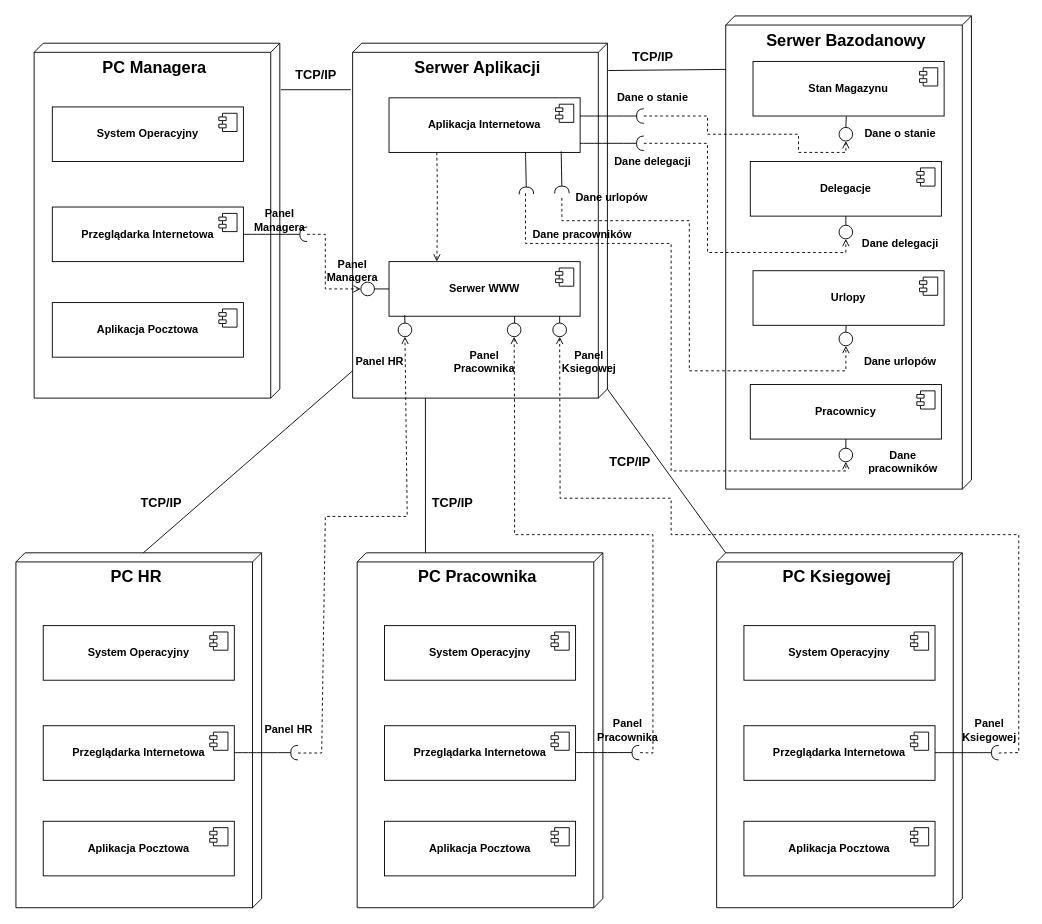
Before: diagramy/Diagram-ogolny-wdrozenia.drawio in oswitek/project-diagrams, a draw.io diagram. Source tidied: cells renumbered, new cells numbered last; positions are measured from the earlier drawing's top-left corner, leaving out a move shared by most shapes. Both pictures are drawn from the tidied source at 91%, with x=0, y=0 at pixel (15, 15).
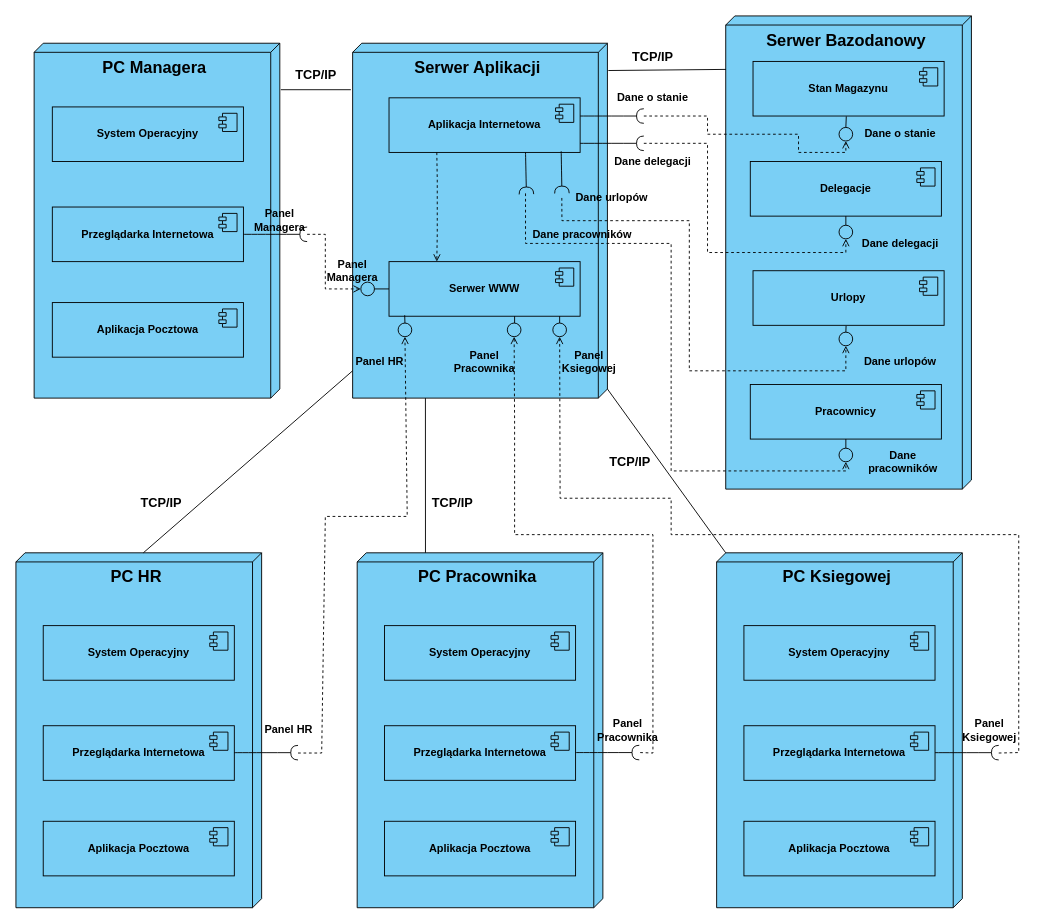
The same diagram, later.

Commit message:
Update-diagram-ogolny-wdrozenia

The edit, as a diff of the source:
```diff
@@
-    <mxCell id="2" value="&lt;b&gt;&lt;font style=&quot;font-size: 18px;&quot;&gt;PC Managera&lt;/font&gt;&lt;/b&gt;" style="verticalAlign=top;align=center;shape=cube;size=10;direction=south;fontStyle=0;html=1;boundedLbl=1;spacingLeft=5;whiteSpace=wrap;" parent="1" vertex="1">
+    <mxCell id="2" value="&lt;b&gt;&lt;font style=&quot;font-size: 18px;&quot;&gt;PC Managera&lt;/font&gt;&lt;/b&gt;" style="verticalAlign=top;align=center;shape=cube;size=10;direction=south;fontStyle=0;html=1;boundedLbl=1;spacingLeft=5;whiteSpace=wrap;fillColor=light-dark(#7ACFF5,var(--ge-dark-color, #121212));" parent="1" vertex="1">
       <mxGeometry x="20" y="30" width="270" height="390" as="geometry" />
     </mxCell>
-    <mxCell id="3" value="&lt;b&gt;System Operacyjny&lt;/b&gt;" style="html=1;whiteSpace=wrap;" parent="1" vertex="1">
+    <mxCell id="3" value="&lt;b&gt;System Operacyjny&lt;/b&gt;" style="html=1;whiteSpace=wrap;fillColor=light-dark(#7ACFF5,var(--ge-dark-color, #121212));" parent="1" vertex="1">
       <mxGeometry x="40" y="100" width="210" height="60" as="geometry" />
     </mxCell>
-    <mxCell id="4" style="shape=module;jettyWidth=8;jettyHeight=4;" parent="3" vertex="1">
+    <mxCell id="4" style="shape=module;jettyWidth=8;jettyHeight=4;fillColor=light-dark(#7ACFF5,var(--ge-dark-color, #121212));" parent="3" vertex="1">
       <mxGeometry x="1" width="20" height="20" relative="1" as="geometry">
         <mxPoint x="-27" y="7" as="offset" />
       </mxGeometry>
     </mxCell>
-    <mxCell id="5" value="&lt;b&gt;Aplikacja Pocztowa&lt;/b&gt;" style="html=1;whiteSpace=wrap;" parent="1" vertex="1">
+    <mxCell id="5" value="&lt;b&gt;Aplikacja Pocztowa&lt;/b&gt;" style="html=1;whiteSpace=wrap;fillColor=light-dark(#7ACFF5,var(--ge-dark-color, #121212));" parent="1" vertex="1">
       <mxGeometry x="40" y="315" width="210" height="60" as="geometry" />
     </mxCell>
-    <mxCell id="6" style="shape=module;jettyWidth=8;jettyHeight=4;" parent="5" vertex="1">
+    <mxCell id="6" style="shape=module;jettyWidth=8;jettyHeight=4;fillColor=light-dark(#7ACFF5,var(--ge-dark-color, #121212));" parent="5" vertex="1">
       <mxGeometry x="1" width="20" height="20" relative="1" as="geometry">
         <mxPoint x="-27" y="7" as="offset" />
       </mxGeometry>
     </mxCell>
-    <mxCell id="7" value="&lt;b&gt;Przeglądarka Internetowa&lt;/b&gt;" style="html=1;whiteSpace=wrap;" parent="1" vertex="1">
+    <mxCell id="7" value="&lt;b&gt;Przeglądarka Internetowa&lt;/b&gt;" style="html=1;whiteSpace=wrap;fillColor=light-dark(#7ACFF5,var(--ge-dark-color, #121212));" parent="1" vertex="1">
       <mxGeometry x="40" y="210" width="210" height="60" as="geometry" />
     </mxCell>
-    <mxCell id="8" style="shape=module;jettyWidth=8;jettyHeight=4;" parent="7" vertex="1">
+    <mxCell id="8" style="shape=module;jettyWidth=8;jettyHeight=4;fillColor=light-dark(#7ACFF5,var(--ge-dark-color, #121212));" parent="7" vertex="1">
       <mxGeometry x="1" width="20" height="20" relative="1" as="geometry">
         <mxPoint x="-27" y="7" as="offset" />
       </mxGeometry>
     </mxCell>
-    <mxCell id="9" value="&lt;b&gt;&lt;font style=&quot;font-size: 18px;&quot;&gt;Serwer Aplikacji&lt;/font&gt;&lt;/b&gt;" style="verticalAlign=top;align=center;shape=cube;size=10;direction=south;fontStyle=0;html=1;boundedLbl=1;spacingLeft=5;whiteSpace=wrap;" parent="1" vertex="1">
+    <mxCell id="9" value="&lt;b&gt;&lt;font style=&quot;font-size: 18px;&quot;&gt;Serwer Aplikacji&lt;/font&gt;&lt;/b&gt;" style="verticalAlign=top;align=center;shape=cube;size=10;direction=south;fontStyle=0;html=1;boundedLbl=1;spacingLeft=5;whiteSpace=wrap;fillColor=#7ACFF5;" parent="1" vertex="1">
       <mxGeometry x="370" y="30" width="280" height="390" as="geometry" />
     </mxCell>
@@
-    <mxCell id="12" value="&lt;b&gt;Aplikacja Internetowa&lt;/b&gt;" style="html=1;whiteSpace=wrap;" parent="1" vertex="1">
+    <mxCell id="12" value="&lt;b&gt;Aplikacja Internetowa&lt;/b&gt;" style="html=1;whiteSpace=wrap;fillColor=light-dark(#7ACFF5,var(--ge-dark-color, #121212));" parent="1" vertex="1">
       <mxGeometry x="410" y="90" width="210" height="60" as="geometry" />
     </mxCell>
-    <mxCell id="13" style="shape=module;jettyWidth=8;jettyHeight=4;" parent="12" vertex="1">
+    <mxCell id="13" style="shape=module;jettyWidth=8;jettyHeight=4;fillColor=light-dark(#7ACFF5,var(--ge-dark-color, #121212));" parent="12" vertex="1">
       <mxGeometry x="1" width="20" height="20" relative="1" as="geometry">
         <mxPoint x="-27" y="7" as="offset" />
       </mxGeometry>
     </mxCell>
-    <mxCell id="14" value="&lt;b&gt;Serwer WWW&lt;/b&gt;" style="html=1;whiteSpace=wrap;" parent="1" vertex="1">
+    <mxCell id="14" value="&lt;b&gt;Serwer WWW&lt;/b&gt;" style="html=1;whiteSpace=wrap;fillColor=light-dark(#7ACFF5,var(--ge-dark-color, #121212));" parent="1" vertex="1">
       <mxGeometry x="410" y="270" width="210" height="60" as="geometry" />
     </mxCell>
-    <mxCell id="15" style="shape=module;jettyWidth=8;jettyHeight=4;" parent="14" vertex="1">
+    <mxCell id="15" style="shape=module;jettyWidth=8;jettyHeight=4;fillColor=light-dark(#7ACFF5,var(--ge-dark-color, #121212));" parent="14" vertex="1">
       <mxGeometry x="1" width="20" height="20" relative="1" as="geometry">
         <mxPoint x="-27" y="7" as="offset" />
       </mxGeometry>
     </mxCell>
-    <mxCell id="16" value="&lt;b&gt;&lt;font style=&quot;font-size: 18px;&quot;&gt;Serwer Bazodanowy&lt;/font&gt;&lt;/b&gt;" style="verticalAlign=top;align=center;shape=cube;size=10;direction=south;fontStyle=0;html=1;boundedLbl=1;spacingLeft=5;whiteSpace=wrap;" parent="1" vertex="1">
+    <mxCell id="16" value="&lt;b&gt;&lt;font style=&quot;font-size: 18px;&quot;&gt;Serwer Bazodanowy&lt;/font&gt;&lt;/b&gt;" style="verticalAlign=top;align=center;shape=cube;size=10;direction=south;fontStyle=0;html=1;boundedLbl=1;spacingLeft=5;whiteSpace=wrap;fillColor=light-dark(#7ACFF5,var(--ge-dark-color, #121212));" parent="1" vertex="1">
       <mxGeometry x="780" width="270" height="520" as="geometry" />
     </mxCell>
-    <mxCell id="17" value="&lt;b&gt;Stan Magazynu&lt;/b&gt;" style="html=1;whiteSpace=wrap;" parent="1" vertex="1">
+    <mxCell id="17" value="&lt;b&gt;Stan Magazynu&lt;/b&gt;" style="html=1;whiteSpace=wrap;fillColor=light-dark(#7ACFF5,var(--ge-dark-color, #121212));" parent="1" vertex="1">
       <mxGeometry x="810" y="50" width="210" height="60" as="geometry" />
     </mxCell>
-    <mxCell id="18" style="shape=module;jettyWidth=8;jettyHeight=4;" parent="17" vertex="1">
+    <mxCell id="18" style="shape=module;jettyWidth=8;jettyHeight=4;fillColor=light-dark(#7ACFF5,var(--ge-dark-color, #121212));" parent="17" vertex="1">
       <mxGeometry x="1" width="20" height="20" relative="1" as="geometry">
         <mxPoint x="-27" y="7" as="offset" />
       </mxGeometry>
     </mxCell>
-    <mxCell id="19" value="&lt;b&gt;Delegacje&lt;/b&gt;" style="html=1;whiteSpace=wrap;" parent="1" vertex="1">
+    <mxCell id="19" value="&lt;b&gt;Delegacje&lt;/b&gt;" style="html=1;whiteSpace=wrap;fillColor=light-dark(#7ACFF5,var(--ge-dark-color, #121212));" parent="1" vertex="1">
       <mxGeometry x="807" y="160" width="210" height="60" as="geometry" />
     </mxCell>
-    <mxCell id="20" style="shape=module;jettyWidth=8;jettyHeight=4;" parent="19" vertex="1">
+    <mxCell id="20" style="shape=module;jettyWidth=8;jettyHeight=4;fillColor=light-dark(#7ACFF5,var(--ge-dark-color, #121212));" parent="19" vertex="1">
       <mxGeometry x="1" width="20" height="20" relative="1" as="geometry">
         <mxPoint x="-27" y="7" as="offset" />
       </mxGeometry>
     </mxCell>
-    <mxCell id="21" value="&lt;b&gt;Urlopy&lt;/b&gt;" style="html=1;whiteSpace=wrap;" parent="1" vertex="1">
+    <mxCell id="21" value="&lt;b&gt;Urlopy&lt;/b&gt;" style="html=1;whiteSpace=wrap;fillColor=light-dark(#7ACFF5,var(--ge-dark-color, #121212));" parent="1" vertex="1">
       <mxGeometry x="810" y="280" width="210" height="60" as="geometry" />
     </mxCell>
-    <mxCell id="22" style="shape=module;jettyWidth=8;jettyHeight=4;" parent="21" vertex="1">
+    <mxCell id="22" style="shape=module;jettyWidth=8;jettyHeight=4;fillColor=light-dark(#7ACFF5,var(--ge-dark-color, #121212));" parent="21" vertex="1">
       <mxGeometry x="1" width="20" height="20" relative="1" as="geometry">
         <mxPoint x="-27" y="7" as="offset" />
       </mxGeometry>
     </mxCell>
-    <mxCell id="23" value="&lt;b&gt;Pracownicy&lt;/b&gt;" style="html=1;whiteSpace=wrap;" parent="1" vertex="1">
+    <mxCell id="23" value="&lt;b&gt;Pracownicy&lt;/b&gt;" style="html=1;whiteSpace=wrap;fillColor=light-dark(#7ACFF5,var(--ge-dark-color, #121212));" parent="1" vertex="1">
       <mxGeometry x="807" y="405" width="210" height="60" as="geometry" />
     </mxCell>
-    <mxCell id="24" style="shape=module;jettyWidth=8;jettyHeight=4;" parent="23" vertex="1">
+    <mxCell id="24" style="shape=module;jettyWidth=8;jettyHeight=4;fillColor=light-dark(#7ACFF5,var(--ge-dark-color, #121212));" parent="23" vertex="1">
       <mxGeometry x="1" width="20" height="20" relative="1" as="geometry">
         <mxPoint x="-27" y="7" as="offset" />
       </mxGeometry>
     </mxCell>
@@
-    <mxCell id="28" style="ellipse;" parent="1" vertex="1">
+    <mxCell id="28" style="ellipse;fillColor=light-dark(#7ACFF5,var(--ge-dark-color, #121212));" parent="1" vertex="1">
       <mxGeometry x="379" y="292.5" width="15" height="15" as="geometry" />
     </mxCell>
@@
-    <mxCell id="38" value="&lt;b&gt;&lt;font style=&quot;font-size: 18px;&quot;&gt;PC HR&lt;/font&gt;&lt;/b&gt;" style="verticalAlign=top;align=center;shape=cube;size=10;direction=south;fontStyle=0;html=1;boundedLbl=1;spacingLeft=5;whiteSpace=wrap;" parent="1" vertex="1">
+    <mxCell id="38" value="&lt;b&gt;&lt;font style=&quot;font-size: 18px;&quot;&gt;PC HR&lt;/font&gt;&lt;/b&gt;" style="verticalAlign=top;align=center;shape=cube;size=10;direction=south;fontStyle=0;html=1;boundedLbl=1;spacingLeft=5;whiteSpace=wrap;fillColor=light-dark(#7ACFF5,var(--ge-dark-color, #121212));" parent="1" vertex="1">
       <mxGeometry y="590" width="270" height="390" as="geometry" />
     </mxCell>
-    <mxCell id="39" value="&lt;b&gt;&lt;font style=&quot;font-size: 18px;&quot;&gt;PC Ksiegowej&lt;/font&gt;&lt;/b&gt;" style="verticalAlign=top;align=center;shape=cube;size=10;direction=south;fontStyle=0;html=1;boundedLbl=1;spacingLeft=5;whiteSpace=wrap;" parent="1" vertex="1">
+    <mxCell id="39" value="&lt;b&gt;&lt;font style=&quot;font-size: 18px;&quot;&gt;PC Ksiegowej&lt;/font&gt;&lt;/b&gt;" style="verticalAlign=top;align=center;shape=cube;size=10;direction=south;fontStyle=0;html=1;boundedLbl=1;spacingLeft=5;whiteSpace=wrap;fillColor=light-dark(#7ACFF5,var(--ge-dark-color, #121212));" parent="1" vertex="1">
       <mxGeometry x="770" y="590" width="270" height="390" as="geometry" />
     </mxCell>
-    <mxCell id="40" value="&lt;b&gt;&lt;font style=&quot;font-size: 18px;&quot;&gt;PC Pracownika&lt;/font&gt;&lt;/b&gt;" style="verticalAlign=top;align=center;shape=cube;size=10;direction=south;fontStyle=0;html=1;boundedLbl=1;spacingLeft=5;whiteSpace=wrap;" parent="1" vertex="1">
+    <mxCell id="40" value="&lt;b&gt;&lt;font style=&quot;font-size: 18px;&quot;&gt;PC Pracownika&lt;/font&gt;&lt;/b&gt;" style="verticalAlign=top;align=center;shape=cube;size=10;direction=south;fontStyle=0;html=1;boundedLbl=1;spacingLeft=5;whiteSpace=wrap;fillColor=light-dark(#7ACFF5,var(--ge-dark-color, #121212));" parent="1" vertex="1">
       <mxGeometry x="375" y="590" width="270" height="390" as="geometry" />
     </mxCell>
-    <mxCell id="41" value="&lt;b&gt;System Operacyjny&lt;/b&gt;" style="html=1;whiteSpace=wrap;" parent="1" vertex="1">
+    <mxCell id="41" value="&lt;b&gt;System Operacyjny&lt;/b&gt;" style="html=1;whiteSpace=wrap;fillColor=light-dark(#7ACFF5,var(--ge-dark-color, #121212));" parent="1" vertex="1">
       <mxGeometry x="30" y="670" width="210" height="60" as="geometry" />
     </mxCell>
-    <mxCell id="42" style="shape=module;jettyWidth=8;jettyHeight=4;" parent="41" vertex="1">
+    <mxCell id="42" style="shape=module;jettyWidth=8;jettyHeight=4;fillColor=light-dark(#7ACFF5,var(--ge-dark-color, #121212));" parent="41" vertex="1">
       <mxGeometry x="1" width="20" height="20" relative="1" as="geometry">
         <mxPoint x="-27" y="7" as="offset" />
       </mxGeometry>
     </mxCell>
-    <mxCell id="43" value="&lt;b&gt;Aplikacja Pocztowa&lt;/b&gt;" style="html=1;whiteSpace=wrap;" parent="1" vertex="1">
+    <mxCell id="43" value="&lt;b&gt;Aplikacja Pocztowa&lt;/b&gt;" style="html=1;whiteSpace=wrap;fillColor=light-dark(#7ACFF5,var(--ge-dark-color, #121212));" parent="1" vertex="1">
       <mxGeometry x="30" y="885" width="210" height="60" as="geometry" />
     </mxCell>
-    <mxCell id="44" style="shape=module;jettyWidth=8;jettyHeight=4;" parent="43" vertex="1">
+    <mxCell id="44" style="shape=module;jettyWidth=8;jettyHeight=4;fillColor=light-dark(#7ACFF5,var(--ge-dark-color, #121212));" parent="43" vertex="1">
       <mxGeometry x="1" width="20" height="20" relative="1" as="geometry">
         <mxPoint x="-27" y="7" as="offset" />
       </mxGeometry>
     </mxCell>
-    <mxCell id="45" value="&lt;b&gt;Przeglądarka Internetowa&lt;/b&gt;" style="html=1;whiteSpace=wrap;" parent="1" vertex="1">
+    <mxCell id="45" value="&lt;b&gt;Przeglądarka Internetowa&lt;/b&gt;" style="html=1;whiteSpace=wrap;fillColor=light-dark(#7ACFF5,var(--ge-dark-color, #121212));" parent="1" vertex="1">
       <mxGeometry x="30" y="780" width="210" height="60" as="geometry" />
     </mxCell>
-    <mxCell id="46" style="shape=module;jettyWidth=8;jettyHeight=4;" parent="45" vertex="1">
+    <mxCell id="46" style="shape=module;jettyWidth=8;jettyHeight=4;fillColor=light-dark(#7ACFF5,var(--ge-dark-color, #121212));" parent="45" vertex="1">
       <mxGeometry x="1" width="20" height="20" relative="1" as="geometry">
         <mxPoint x="-27" y="7" as="offset" />
       </mxGeometry>
     </mxCell>
-    <mxCell id="47" value="&lt;b&gt;System Operacyjny&lt;/b&gt;" style="html=1;whiteSpace=wrap;" parent="1" vertex="1">
+    <mxCell id="47" value="&lt;b&gt;System Operacyjny&lt;/b&gt;" style="html=1;whiteSpace=wrap;fillColor=light-dark(#7ACFF5,var(--ge-dark-color, #121212));" parent="1" vertex="1">
       <mxGeometry x="405" y="670" width="210" height="60" as="geometry" />
     </mxCell>
-    <mxCell id="48" style="shape=module;jettyWidth=8;jettyHeight=4;" parent="47" vertex="1">
+    <mxCell id="48" style="shape=module;jettyWidth=8;jettyHeight=4;fillColor=light-dark(#7ACFF5,var(--ge-dark-color, #121212));" parent="47" vertex="1">
       <mxGeometry x="1" width="20" height="20" relative="1" as="geometry">
         <mxPoint x="-27" y="7" as="offset" />
       </mxGeometry>
     </mxCell>
-    <mxCell id="49" value="&lt;b&gt;Aplikacja Pocztowa&lt;/b&gt;" style="html=1;whiteSpace=wrap;" parent="1" vertex="1">
+    <mxCell id="49" value="&lt;b&gt;Aplikacja Pocztowa&lt;/b&gt;" style="html=1;whiteSpace=wrap;fillColor=light-dark(#7ACFF5,var(--ge-dark-color, #121212));" parent="1" vertex="1">
       <mxGeometry x="405" y="885" width="210" height="60" as="geometry" />
     </mxCell>
-    <mxCell id="50" style="shape=module;jettyWidth=8;jettyHeight=4;" parent="49" vertex="1">
+    <mxCell id="50" style="shape=module;jettyWidth=8;jettyHeight=4;fillColor=light-dark(#7ACFF5,var(--ge-dark-color, #121212));" parent="49" vertex="1">
       <mxGeometry x="1" width="20" height="20" relative="1" as="geometry">
         <mxPoint x="-27" y="7" as="offset" />
       </mxGeometry>
     </mxCell>
-    <mxCell id="51" value="&lt;b&gt;Przeglądarka Internetowa&lt;/b&gt;" style="html=1;whiteSpace=wrap;" parent="1" vertex="1">
+    <mxCell id="51" value="&lt;b&gt;Przeglądarka Internetowa&lt;/b&gt;" style="html=1;whiteSpace=wrap;fillColor=light-dark(#7ACFF5,var(--ge-dark-color, #121212));" parent="1" vertex="1">
       <mxGeometry x="405" y="780" width="210" height="60" as="geometry" />
     </mxCell>
-    <mxCell id="52" style="shape=module;jettyWidth=8;jettyHeight=4;" parent="51" vertex="1">
+    <mxCell id="52" style="shape=module;jettyWidth=8;jettyHeight=4;fillColor=light-dark(#7ACFF5,var(--ge-dark-color, #121212));" parent="51" vertex="1">
       <mxGeometry x="1" width="20" height="20" relative="1" as="geometry">
         <mxPoint x="-27" y="7" as="offset" />
       </mxGeometry>
     </mxCell>
-    <mxCell id="53" value="&lt;b&gt;System Operacyjny&lt;/b&gt;" style="html=1;whiteSpace=wrap;" parent="1" vertex="1">
+    <mxCell id="53" value="&lt;b&gt;System Operacyjny&lt;/b&gt;" style="html=1;whiteSpace=wrap;fillColor=light-dark(#7ACFF5,var(--ge-dark-color, #121212));" parent="1" vertex="1">
       <mxGeometry x="800" y="670" width="210" height="60" as="geometry" />
     </mxCell>
-    <mxCell id="54" style="shape=module;jettyWidth=8;jettyHeight=4;" parent="53" vertex="1">
+    <mxCell id="54" style="shape=module;jettyWidth=8;jettyHeight=4;fillColor=light-dark(#7ACFF5,var(--ge-dark-color, #121212));" parent="53" vertex="1">
       <mxGeometry x="1" width="20" height="20" relative="1" as="geometry">
         <mxPoint x="-27" y="7" as="offset" />
       </mxGeometry>
     </mxCell>
-    <mxCell id="55" value="&lt;b&gt;Aplikacja Pocztowa&lt;/b&gt;" style="html=1;whiteSpace=wrap;" parent="1" vertex="1">
+    <mxCell id="55" value="&lt;b&gt;Aplikacja Pocztowa&lt;/b&gt;" style="html=1;whiteSpace=wrap;fillColor=light-dark(#7ACFF5,var(--ge-dark-color, #121212));" parent="1" vertex="1">
       <mxGeometry x="800" y="885" width="210" height="60" as="geometry" />
     </mxCell>
-    <mxCell id="56" style="shape=module;jettyWidth=8;jettyHeight=4;" parent="55" vertex="1">
+    <mxCell id="56" style="shape=module;jettyWidth=8;jettyHeight=4;fillColor=light-dark(#7ACFF5,var(--ge-dark-color, #121212));" parent="55" vertex="1">
       <mxGeometry x="1" width="20" height="20" relative="1" as="geometry">
         <mxPoint x="-27" y="7" as="offset" />
       </mxGeometry>
     </mxCell>
-    <mxCell id="57" value="&lt;b&gt;Przeglądarka Internetowa&lt;/b&gt;" style="html=1;whiteSpace=wrap;" parent="1" vertex="1">
+    <mxCell id="57" value="&lt;b&gt;Przeglądarka Internetowa&lt;/b&gt;" style="html=1;whiteSpace=wrap;fillColor=light-dark(#7ACFF5,var(--ge-dark-color, #121212));" parent="1" vertex="1">
       <mxGeometry x="800" y="780" width="210" height="60" as="geometry" />
     </mxCell>
-    <mxCell id="58" style="shape=module;jettyWidth=8;jettyHeight=4;" parent="57" vertex="1">
+    <mxCell id="58" style="shape=module;jettyWidth=8;jettyHeight=4;fillColor=light-dark(#7ACFF5,var(--ge-dark-color, #121212));" parent="57" vertex="1">
       <mxGeometry x="1" width="20" height="20" relative="1" as="geometry">
         <mxPoint x="-27" y="7" as="offset" />
       </mxGeometry>
     </mxCell>
@@
-    <mxCell id="67" style="ellipse;" parent="1" vertex="1">
+    <mxCell id="67" style="ellipse;fillColor=light-dark(#7ACFF5,var(--ge-dark-color, #121212));" parent="1" vertex="1">
       <mxGeometry x="420" y="337.5" width="15" height="15" as="geometry" />
     </mxCell>
@@
-    <mxCell id="73" style="ellipse;" parent="1" vertex="1">
+    <mxCell id="73" style="ellipse;fillColor=light-dark(#7ACFF5,var(--ge-dark-color, #121212));" parent="1" vertex="1">
       <mxGeometry x="540" y="337.5" width="15" height="15" as="geometry" />
     </mxCell>
@@
-    <mxCell id="77" style="ellipse;" parent="1" vertex="1">
+    <mxCell id="77" style="ellipse;fillColor=light-dark(#7ACFF5,var(--ge-dark-color, #121212));" parent="1" vertex="1">
       <mxGeometry x="590" y="337.5" width="15" height="15" as="geometry" />
     </mxCell>
@@
-    <mxCell id="88" style="ellipse;" parent="1" vertex="1">
+    <mxCell id="88" style="ellipse;fillColor=light-dark(#7ACFF5,var(--ge-dark-color, #121212));" parent="1" vertex="1">
       <mxGeometry x="904.5" y="347.5" width="15" height="15" as="geometry" />
     </mxCell>
@@
-    <mxCell id="91" style="ellipse;" parent="1" vertex="1">
+    <mxCell id="91" style="ellipse;fillColor=light-dark(#7ACFF5,var(--ge-dark-color, #121212));" parent="1" vertex="1">
       <mxGeometry x="904.5" y="475" width="15" height="15" as="geometry" />
     </mxCell>
@@
-    <mxCell id="93" style="ellipse;" parent="1" vertex="1">
+    <mxCell id="93" style="ellipse;fillColor=light-dark(#7ACFF5,var(--ge-dark-color, #121212));" parent="1" vertex="1">
       <mxGeometry x="904.5" y="230" width="15" height="15" as="geometry" />
     </mxCell>
@@
-    <mxCell id="95" style="ellipse;" parent="1" vertex="1">
+    <mxCell id="95" style="ellipse;fillColor=light-dark(#7ACFF5,var(--ge-dark-color, #121212));" parent="1" vertex="1">
       <mxGeometry x="904.5" y="122.5" width="15" height="15" as="geometry" />
     </mxCell>
```
